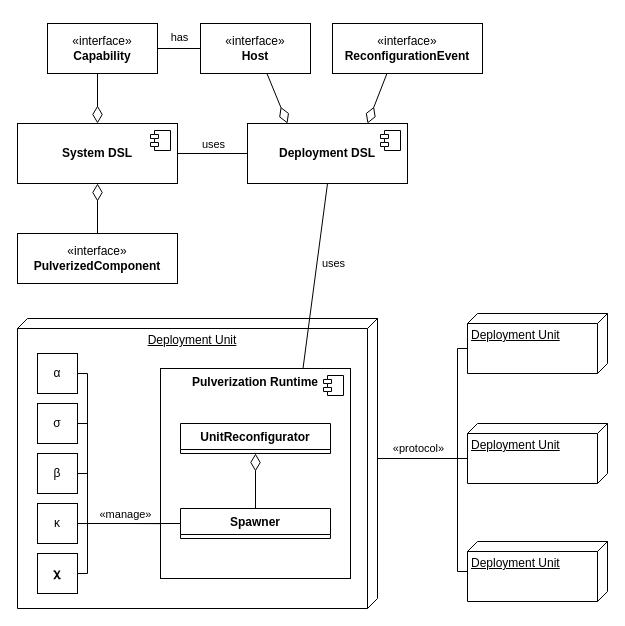
The draw.io diagram figures/pulverization-framework-overview.drawio in DanySK/paper-2023-pulverization-framework, before the edit. Source tidied: cells renumbered, new cells numbered last; positions are measured from the earlier drawing's top-left corner, leaving out a move shared by most shapes. Both pictures are drawn from the tidied source at 100%, with x=0, y=0 at pixel (17, 23).
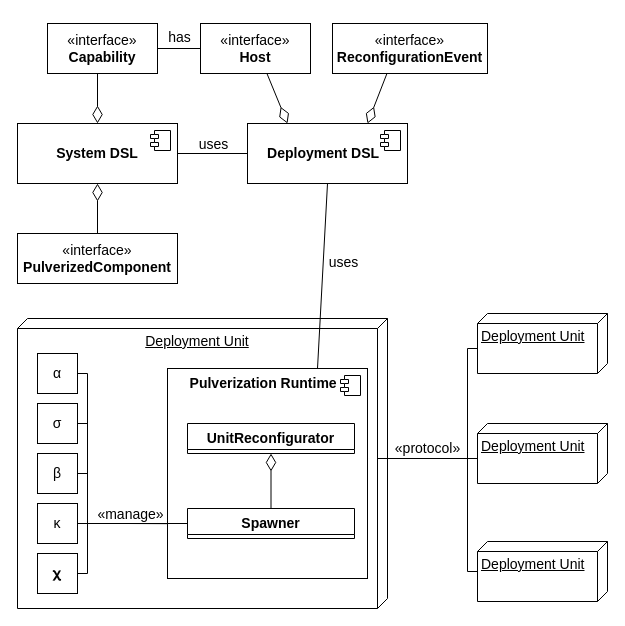
After the change.

Diff of the diagram source:
```diff
@@
-    <mxCell id="2" value="Deployment Unit" style="verticalAlign=top;align=center;spacingTop=8;spacingLeft=2;spacingRight=12;shape=cube;size=10;direction=south;fontStyle=4;html=1;whiteSpace=wrap;" parent="1" vertex="1">
-      <mxGeometry y="295" width="360" height="290" as="geometry" />
+    <mxCell id="2" value="Deployment Unit" style="verticalAlign=top;align=center;spacingTop=8;spacingLeft=2;spacingRight=12;shape=cube;size=10;direction=south;fontStyle=4;html=1;whiteSpace=wrap;fontSize=14;" parent="1" vertex="1">
+      <mxGeometry y="295" width="370" height="290" as="geometry" />
     </mxCell>
-    <mxCell id="3" style="edgeStyle=orthogonalEdgeStyle;rounded=0;jettySize=auto;html=1;exitX=1;exitY=0.5;exitDx=0;exitDy=0;entryX=0;entryY=0.5;entryDx=0;entryDy=0;endArrow=none;endFill=0;" parent="1" edge="1" source="4" target="42">
+    <mxCell id="3" style="edgeStyle=orthogonalEdgeStyle;rounded=0;jettySize=auto;html=1;exitX=1;exitY=0.5;exitDx=0;exitDy=0;entryX=0;entryY=0.5;entryDx=0;entryDy=0;endArrow=none;endFill=0;fontSize=14;" parent="1" edge="1" source="4" target="42">
       <mxGeometry relative="1" as="geometry">
         <Array as="points">
           <mxPoint x="70" y="350" />
           <mxPoint x="70" y="500" />
         </Array>
       </mxGeometry>
     </mxCell>
-    <mxCell id="4" value="α" style="html=1;whiteSpace=wrap;" parent="1" vertex="1">
+    <mxCell id="4" value="α" style="html=1;whiteSpace=wrap;fontSize=14;" parent="1" vertex="1">
       <mxGeometry x="20" y="330" width="40" height="40" as="geometry" />
     </mxCell>
-    <mxCell id="5" style="edgeStyle=orthogonalEdgeStyle;rounded=0;jettySize=auto;html=1;exitX=1;exitY=0.5;exitDx=0;exitDy=0;entryX=0;entryY=0.5;entryDx=0;entryDy=0;endArrow=none;endFill=0;" parent="1" edge="1" source="6" target="42">
+    <mxCell id="5" style="edgeStyle=orthogonalEdgeStyle;rounded=0;jettySize=auto;html=1;exitX=1;exitY=0.5;exitDx=0;exitDy=0;entryX=0;entryY=0.5;entryDx=0;entryDy=0;endArrow=none;endFill=0;fontSize=14;" parent="1" edge="1" source="6" target="42">
       <mxGeometry relative="1" as="geometry">
         <Array as="points">
           <mxPoint x="70" y="400" />
           <mxPoint x="70" y="500" />
         </Array>
       </mxGeometry>
     </mxCell>
-    <mxCell id="6" value="&lt;div&gt;σ&lt;/div&gt;" style="html=1;whiteSpace=wrap;" parent="1" vertex="1">
+    <mxCell id="6" value="&lt;div style=&quot;font-size: 14px;&quot;&gt;σ&lt;/div&gt;" style="html=1;whiteSpace=wrap;fontSize=14;" parent="1" vertex="1">
       <mxGeometry x="20" y="380" width="40" height="40" as="geometry" />
     </mxCell>
-    <mxCell id="7" style="edgeStyle=orthogonalEdgeStyle;rounded=0;jettySize=auto;html=1;exitX=1;exitY=0.5;exitDx=0;exitDy=0;entryX=0;entryY=0.5;entryDx=0;entryDy=0;endArrow=none;endFill=0;" parent="1" edge="1" source="8" target="42">
+    <mxCell id="7" style="edgeStyle=orthogonalEdgeStyle;rounded=0;jettySize=auto;html=1;exitX=1;exitY=0.5;exitDx=0;exitDy=0;entryX=0;entryY=0.5;entryDx=0;entryDy=0;endArrow=none;endFill=0;fontSize=14;" parent="1" edge="1" source="8" target="42">
       <mxGeometry relative="1" as="geometry">
         <Array as="points">
           <mxPoint x="70" y="450" />
           <mxPoint x="70" y="500" />
         </Array>
       </mxGeometry>
     </mxCell>
-    <mxCell id="8" value="&lt;div&gt;β&lt;/div&gt;" style="html=1;whiteSpace=wrap;" parent="1" vertex="1">
+    <mxCell id="8" value="&lt;div style=&quot;font-size: 14px;&quot;&gt;β&lt;/div&gt;" style="html=1;whiteSpace=wrap;fontSize=14;" parent="1" vertex="1">
       <mxGeometry x="20" y="430" width="40" height="40" as="geometry" />
     </mxCell>
-    <mxCell id="9" style="edgeStyle=orthogonalEdgeStyle;rounded=0;jettySize=auto;html=1;exitX=1;exitY=0.5;exitDx=0;exitDy=0;endArrow=none;endFill=0;" parent="1" edge="1" source="10">
+    <mxCell id="9" style="edgeStyle=orthogonalEdgeStyle;rounded=0;jettySize=auto;html=1;exitX=1;exitY=0.5;exitDx=0;exitDy=0;endArrow=none;endFill=0;fontSize=14;" parent="1" edge="1" source="10">
       <mxGeometry relative="1" as="geometry">
         <mxPoint x="160" y="500.2" as="targetPoint" />
       </mxGeometry>
     </mxCell>
-    <mxCell id="10" value="&lt;div&gt;κ&lt;/div&gt;" style="html=1;whiteSpace=wrap;" parent="1" vertex="1">
+    <mxCell id="10" value="&lt;div style=&quot;font-size: 14px;&quot;&gt;κ&lt;/div&gt;" style="html=1;whiteSpace=wrap;fontSize=14;" parent="1" vertex="1">
       <mxGeometry x="20" y="480" width="40" height="40" as="geometry" />
     </mxCell>
-    <mxCell id="11" value="&lt;b&gt;Pulverization Runtime&lt;/b&gt;" style="html=1;whiteSpace=wrap;verticalAlign=top;" parent="1" vertex="1">
-      <mxGeometry x="143" y="345" width="190" height="210" as="geometry" />
+    <mxCell id="11" value="&lt;b style=&quot;font-size: 14px;&quot;&gt;Pulverization Runtime&amp;nbsp;&amp;nbsp;&lt;/b&gt;" style="html=1;whiteSpace=wrap;verticalAlign=top;fontSize=14;" parent="1" vertex="1">
+      <mxGeometry x="150" y="345" width="200" height="210" as="geometry" />
     </mxCell>
-    <mxCell id="12" style="shape=module;jettyWidth=8;jettyHeight=4;" parent="11" vertex="1">
+    <mxCell id="12" style="shape=module;jettyWidth=8;jettyHeight=4;fontSize=14;" parent="11" vertex="1">
       <mxGeometry x="1" width="20" height="20" relative="1" as="geometry">
         <mxPoint x="-27" y="7" as="offset" />
       </mxGeometry>
     </mxCell>
-    <mxCell id="13" style="edgeStyle=orthogonalEdgeStyle;rounded=0;jettySize=auto;html=1;entryX=0;entryY=0.5;entryDx=0;entryDy=0;endArrow=none;endFill=0;" parent="1" edge="1" source="15" target="42">
+    <mxCell id="13" style="edgeStyle=orthogonalEdgeStyle;rounded=0;jettySize=auto;html=1;entryX=0;entryY=0.5;entryDx=0;entryDy=0;endArrow=none;endFill=0;fontSize=14;" parent="1" edge="1" source="15" target="42">
       <mxGeometry relative="1" as="geometry">
         <Array as="points">
           <mxPoint x="70" y="550" />
           <mxPoint x="70" y="500" />
         </Array>
       </mxGeometry>
     </mxCell>
-    <mxCell id="14" value="«manage»" style="edgeLabel;html=1;align=center;verticalAlign=middle;" parent="13" vertex="1">
+    <mxCell id="14" value="«manage»" style="edgeLabel;html=1;align=center;verticalAlign=middle;fontSize=14;" parent="13" vertex="1">
       <mxGeometry x="0.27" relative="1" as="geometry">
         <mxPoint y="-10" as="offset" />
       </mxGeometry>
     </mxCell>
-    <mxCell id="15" value="&lt;div&gt;𝛘&lt;/div&gt;" style="html=1;whiteSpace=wrap;" parent="1" vertex="1">
+    <mxCell id="15" value="&lt;div style=&quot;font-size: 14px;&quot;&gt;𝛘&lt;/div&gt;" style="html=1;whiteSpace=wrap;fontSize=14;" parent="1" vertex="1">
       <mxGeometry x="20" y="530" width="40" height="40" as="geometry" />
     </mxCell>
-    <mxCell id="16" style="rounded=0;jettySize=auto;html=1;exitX=0.75;exitY=0;exitDx=0;exitDy=0;entryX=0.5;entryY=1;entryDx=0;entryDy=0;endArrow=none;endFill=0;" parent="1" edge="1" source="11" target="22">
+    <mxCell id="16" style="rounded=0;jettySize=auto;html=1;exitX=0.75;exitY=0;exitDx=0;exitDy=0;entryX=0.5;entryY=1;entryDx=0;entryDy=0;endArrow=none;endFill=0;fontSize=14;" parent="1" edge="1" source="11" target="22">
       <mxGeometry relative="1" as="geometry" />
     </mxCell>
-    <mxCell id="17" value="uses" style="edgeLabel;html=1;align=center;verticalAlign=middle;" parent="16" vertex="1">
+    <mxCell id="17" value="uses" style="edgeLabel;html=1;align=center;verticalAlign=middle;fontSize=14;" parent="16" vertex="1">
       <mxGeometry x="-0.36" y="-12" relative="1" as="geometry">
         <mxPoint x="10" y="-48" as="offset" />
       </mxGeometry>
     </mxCell>
-    <mxCell id="18" value="&lt;b&gt;System DSL&lt;/b&gt;" style="html=1;whiteSpace=wrap;" parent="1" vertex="1">
+    <mxCell id="18" value="&lt;b style=&quot;font-size: 14px;&quot;&gt;System DSL&lt;/b&gt;" style="html=1;whiteSpace=wrap;fontSize=14;" parent="1" vertex="1">
       <mxGeometry y="100" width="160" height="60" as="geometry" />
     </mxCell>
-    <mxCell id="19" style="shape=module;jettyWidth=8;jettyHeight=4;" parent="18" vertex="1">
+    <mxCell id="19" style="shape=module;jettyWidth=8;jettyHeight=4;fontSize=14;" parent="18" vertex="1">
       <mxGeometry x="1" width="20" height="20" relative="1" as="geometry">
         <mxPoint x="-27" y="7" as="offset" />
       </mxGeometry>
     </mxCell>
-    <mxCell id="20" style="edgeStyle=orthogonalEdgeStyle;rounded=0;jettySize=auto;html=1;entryX=1;entryY=0.5;entryDx=0;entryDy=0;endArrow=none;endFill=0;" parent="1" edge="1" source="22" target="18">
+    <mxCell id="20" style="edgeStyle=orthogonalEdgeStyle;rounded=0;jettySize=auto;html=1;entryX=1;entryY=0.5;entryDx=0;entryDy=0;endArrow=none;endFill=0;fontSize=14;" parent="1" edge="1" source="22" target="18">
       <mxGeometry relative="1" as="geometry" />
     </mxCell>
-    <mxCell id="21" value="uses" style="edgeLabel;html=1;align=center;verticalAlign=middle;" parent="20" vertex="1">
+    <mxCell id="21" value="uses" style="edgeLabel;html=1;align=center;verticalAlign=middle;fontSize=14;" parent="20" vertex="1">
       <mxGeometry x="-0.11" y="1" relative="1" as="geometry">
         <mxPoint x="-4" y="-11" as="offset" />
       </mxGeometry>
     </mxCell>
-    <mxCell id="22" value="&lt;b&gt;Deployment DSL&lt;/b&gt;" style="html=1;whiteSpace=wrap;" parent="1" vertex="1">
+    <mxCell id="22" value="&lt;b style=&quot;font-size: 14px;&quot;&gt;Deployment DSL&amp;nbsp;&amp;nbsp;&lt;/b&gt;" style="html=1;whiteSpace=wrap;fontSize=14;" parent="1" vertex="1">
       <mxGeometry x="230" y="100" width="160" height="60" as="geometry" />
     </mxCell>
-    <mxCell id="23" style="shape=module;jettyWidth=8;jettyHeight=4;" parent="22" vertex="1">
+    <mxCell id="23" style="shape=module;jettyWidth=8;jettyHeight=4;fontSize=14;" parent="22" vertex="1">
       <mxGeometry x="1" width="20" height="20" relative="1" as="geometry">
         <mxPoint x="-27" y="7" as="offset" />
       </mxGeometry>
     </mxCell>
-    <mxCell id="24" style="edgeStyle=orthogonalEdgeStyle;rounded=0;jettySize=auto;html=1;exitX=0;exitY=0;exitDx=35;exitDy=140;exitPerimeter=0;entryX=0;entryY=0;entryDx=160;entryDy=0;entryPerimeter=0;endArrow=none;endFill=0;" parent="1" edge="1" source="25" target="2">
+    <mxCell id="24" style="edgeStyle=orthogonalEdgeStyle;rounded=0;jettySize=auto;html=1;exitX=0;exitY=0;exitDx=35;exitDy=130;exitPerimeter=0;endArrow=none;endFill=0;fontSize=14;" parent="1" edge="1" source="25">
       <mxGeometry relative="1" as="geometry">
+        <mxPoint x="360" y="435" as="targetPoint" />
         <Array as="points">
-          <mxPoint x="440" y="325" />
-          <mxPoint x="440" y="435" />
+          <mxPoint x="450" y="325" />
+          <mxPoint x="450" y="435" />
+          <mxPoint x="360" y="435" />
         </Array>
       </mxGeometry>
     </mxCell>
-    <mxCell id="25" value="Deployment Unit" style="verticalAlign=top;align=left;spacingTop=8;spacingLeft=2;spacingRight=12;shape=cube;size=10;direction=south;fontStyle=4;html=1;whiteSpace=wrap;" parent="1" vertex="1">
-      <mxGeometry x="450" y="290" width="140" height="60" as="geometry" />
+    <mxCell id="25" value="Deployment Unit" style="verticalAlign=top;align=left;spacingTop=8;spacingLeft=2;spacingRight=12;shape=cube;size=10;direction=south;fontStyle=4;html=1;whiteSpace=wrap;fontSize=14;" parent="1" vertex="1">
+      <mxGeometry x="460" y="290" width="130" height="60" as="geometry" />
     </mxCell>
-    <mxCell id="26" style="edgeStyle=orthogonalEdgeStyle;rounded=0;jettySize=auto;html=1;exitX=0;exitY=0;exitDx=35;exitDy=140;exitPerimeter=0;entryX=0;entryY=0;entryDx=160;entryDy=0;entryPerimeter=0;endArrow=none;endFill=0;" parent="1" edge="1" source="27" target="2">
+    <mxCell id="26" style="edgeStyle=orthogonalEdgeStyle;rounded=0;jettySize=auto;html=1;exitX=0;exitY=0;exitDx=35;exitDy=130;exitPerimeter=0;endArrow=none;endFill=0;fontSize=14;" parent="1" edge="1" source="27">
       <mxGeometry relative="1" as="geometry">
+        <mxPoint x="360" y="430" as="targetPoint" />
         <Array as="points">
           <mxPoint x="360" y="435" />
         </Array>
       </mxGeometry>
     </mxCell>
-    <mxCell id="27" value="Deployment Unit" style="verticalAlign=top;align=left;spacingTop=8;spacingLeft=2;spacingRight=12;shape=cube;size=10;direction=south;fontStyle=4;html=1;whiteSpace=wrap;" parent="1" vertex="1">
-      <mxGeometry x="450" y="400" width="140" height="60" as="geometry" />
+    <mxCell id="27" value="Deployment Unit" style="verticalAlign=top;align=left;spacingTop=8;spacingLeft=2;spacingRight=12;shape=cube;size=10;direction=south;fontStyle=4;html=1;whiteSpace=wrap;fontSize=14;" parent="1" vertex="1">
+      <mxGeometry x="460" y="400" width="130" height="60" as="geometry" />
     </mxCell>
-    <mxCell id="28" style="edgeStyle=orthogonalEdgeStyle;rounded=0;jettySize=auto;html=1;entryX=0;entryY=0;entryDx=160;entryDy=0;entryPerimeter=0;endArrow=none;endFill=0;" parent="1" edge="1" source="30" target="2">
+    <mxCell id="28" style="edgeStyle=orthogonalEdgeStyle;rounded=0;jettySize=auto;html=1;endArrow=none;endFill=0;fontSize=14;" parent="1" edge="1" source="30">
       <mxGeometry relative="1" as="geometry">
+        <mxPoint x="360" y="435" as="targetPoint" />
         <Array as="points">
-          <mxPoint x="440" y="548" />
-          <mxPoint x="440" y="435" />
+          <mxPoint x="450" y="548" />
+          <mxPoint x="450" y="435" />
+          <mxPoint x="360" y="435" />
         </Array>
       </mxGeometry>
     </mxCell>
-    <mxCell id="29" value="«protocol»" style="edgeLabel;html=1;align=center;verticalAlign=middle;" parent="28" vertex="1">
+    <mxCell id="29" value="«protocol»" style="edgeLabel;html=1;align=center;verticalAlign=middle;fontSize=14;" parent="28" vertex="1">
       <mxGeometry x="0.5" y="-1" relative="1" as="geometry">
-        <mxPoint x="4" y="-10" as="offset" />
+        <mxPoint x="-4" y="-10" as="offset" />
       </mxGeometry>
     </mxCell>
-    <mxCell id="30" value="Deployment Unit" style="verticalAlign=top;align=left;spacingTop=8;spacingLeft=2;spacingRight=12;shape=cube;size=10;direction=south;fontStyle=4;html=1;whiteSpace=wrap;" parent="1" vertex="1">
-      <mxGeometry x="450" y="518" width="140" height="60" as="geometry" />
+    <mxCell id="30" value="Deployment Unit" style="verticalAlign=top;align=left;spacingTop=8;spacingLeft=2;spacingRight=12;shape=cube;size=10;direction=south;fontStyle=4;html=1;whiteSpace=wrap;fontSize=14;" parent="1" vertex="1">
+      <mxGeometry x="460" y="518" width="130" height="60" as="geometry" />
     </mxCell>
-    <mxCell id="31" style="endArrow=diamondThin;endFill=0;endSize=15;html=1;rounded=0;exitX=0.5;exitY=1;exitDx=0;exitDy=0;" parent="1" edge="1" target="18">
+    <mxCell id="31" style="endArrow=diamondThin;endFill=0;endSize=15;html=1;rounded=0;exitX=0.5;exitY=1;exitDx=0;exitDy=0;fontSize=14;" parent="1" edge="1" target="18">
       <mxGeometry relative="1" as="geometry">
         <mxPoint x="80" y="10" as="sourcePoint" />
       </mxGeometry>
     </mxCell>
-    <mxCell id="32" style="endArrow=diamondThin;endFill=0;endSize=15;html=1;rounded=0;exitX=0.5;exitY=1;exitDx=0;exitDy=0;entryX=0.25;entryY=0;entryDx=0;entryDy=0;" parent="1" edge="1" target="22">
+    <mxCell id="32" style="endArrow=diamondThin;endFill=0;endSize=15;html=1;rounded=0;exitX=0.5;exitY=1;exitDx=0;exitDy=0;entryX=0.25;entryY=0;entryDx=0;entryDy=0;fontSize=14;" parent="1" edge="1" target="22">
       <mxGeometry relative="1" as="geometry">
         <mxPoint x="233" y="10" as="sourcePoint" />
       </mxGeometry>
     </mxCell>
-    <mxCell id="33" style="endArrow=diamondThin;endFill=0;endSize=15;html=1;rounded=0;exitX=0.5;exitY=1;exitDx=0;exitDy=0;entryX=0.75;entryY=0;entryDx=0;entryDy=0;" parent="1" edge="1" target="22">
+    <mxCell id="33" style="endArrow=diamondThin;endFill=0;endSize=15;html=1;rounded=0;exitX=0.5;exitY=1;exitDx=0;exitDy=0;entryX=0.75;entryY=0;entryDx=0;entryDy=0;fontSize=14;" parent="1" edge="1" target="22">
       <mxGeometry relative="1" as="geometry">
         <mxPoint x="385" y="10" as="sourcePoint" />
       </mxGeometry>
     </mxCell>
-    <mxCell id="34" value="«interface»&lt;br&gt;&lt;b&gt;PulverizedComponent&lt;br&gt;&lt;/b&gt;" style="html=1;whiteSpace=wrap;" parent="1" vertex="1">
+    <mxCell id="34" value="«interface»&lt;br style=&quot;font-size: 14px;&quot;&gt;&lt;b style=&quot;font-size: 14px;&quot;&gt;PulverizedComponent&lt;br style=&quot;font-size: 14px;&quot;&gt;&lt;/b&gt;" style="html=1;whiteSpace=wrap;fontSize=14;" parent="1" vertex="1">
       <mxGeometry y="210" width="160" height="50" as="geometry" />
     </mxCell>
-    <mxCell id="35" style="endArrow=diamondThin;endFill=0;endSize=15;html=1;rounded=0;entryX=0.5;entryY=1;entryDx=0;entryDy=0;exitX=0.5;exitY=0;exitDx=0;exitDy=0;" parent="1" edge="1" source="34" target="18">
+    <mxCell id="35" style="endArrow=diamondThin;endFill=0;endSize=15;html=1;rounded=0;entryX=0.5;entryY=1;entryDx=0;entryDy=0;exitX=0.5;exitY=0;exitDx=0;exitDy=0;fontSize=14;" parent="1" edge="1" source="34" target="18">
       <mxGeometry relative="1" as="geometry" />
     </mxCell>
-    <mxCell id="36" value="«interface»&lt;br&gt;&lt;b&gt;Capability&lt;br&gt;&lt;/b&gt;" style="html=1;whiteSpace=wrap;" parent="1" vertex="1">
+    <mxCell id="36" value="«interface»&lt;br style=&quot;font-size: 14px;&quot;&gt;&lt;b style=&quot;font-size: 14px;&quot;&gt;Capability&lt;br style=&quot;font-size: 14px;&quot;&gt;&lt;/b&gt;" style="html=1;whiteSpace=wrap;fontSize=14;" parent="1" vertex="1">
       <mxGeometry x="30" width="110" height="50" as="geometry" />
     </mxCell>
-    <mxCell id="37" style="edgeStyle=orthogonalEdgeStyle;rounded=0;jettySize=auto;html=1;entryX=1;entryY=0.5;entryDx=0;entryDy=0;endArrow=none;endFill=0;" parent="1" edge="1" source="39" target="36">
+    <mxCell id="37" style="edgeStyle=orthogonalEdgeStyle;rounded=0;jettySize=auto;html=1;entryX=1;entryY=0.5;entryDx=0;entryDy=0;endArrow=none;endFill=0;fontSize=14;" parent="1" edge="1" source="39" target="36">
       <mxGeometry relative="1" as="geometry" />
     </mxCell>
-    <mxCell id="38" value="has" style="edgeLabel;html=1;align=center;verticalAlign=middle;" parent="37" vertex="1">
+    <mxCell id="38" value="has" style="edgeLabel;html=1;align=center;verticalAlign=middle;fontSize=14;" parent="37" vertex="1">
       <mxGeometry x="-0.2" y="-1" relative="1" as="geometry">
         <mxPoint x="-5" y="-11" as="offset" />
       </mxGeometry>
     </mxCell>
-    <mxCell id="39" value="«interface»&lt;br&gt;&lt;b&gt;Host&lt;br&gt;&lt;/b&gt;" style="html=1;whiteSpace=wrap;" parent="1" vertex="1">
+    <mxCell id="39" value="«interface»&lt;br style=&quot;font-size: 14px;&quot;&gt;&lt;b style=&quot;font-size: 14px;&quot;&gt;Host&lt;br style=&quot;font-size: 14px;&quot;&gt;&lt;/b&gt;" style="html=1;whiteSpace=wrap;fontSize=14;" parent="1" vertex="1">
       <mxGeometry x="183" width="110" height="50" as="geometry" />
     </mxCell>
-    <mxCell id="40" value="«interface»&lt;br&gt;&lt;b&gt;ReconfigurationEvent&lt;br&gt;&lt;/b&gt;" style="html=1;whiteSpace=wrap;" parent="1" vertex="1">
-      <mxGeometry x="315" width="150" height="50" as="geometry" />
+    <mxCell id="40" value="«interface»&lt;br style=&quot;font-size: 14px;&quot;&gt;&lt;b style=&quot;font-size: 14px;&quot;&gt;ReconfigurationEvent&lt;br style=&quot;font-size: 14px;&quot;&gt;&lt;/b&gt;" style="html=1;whiteSpace=wrap;fontSize=14;" parent="1" vertex="1">
+      <mxGeometry x="315" width="155" height="50" as="geometry" />
     </mxCell>
-    <mxCell id="41" value="UnitReconfigurator" style="swimlane;fontStyle=1;align=center;verticalAlign=top;horizontal=1;startSize=26;whiteSpace=wrap;html=1;" parent="1" vertex="1" collapsed="1">
-      <mxGeometry x="163" y="400" width="150" height="30" as="geometry" />
+    <mxCell id="41" value="UnitReconfigurator" style="swimlane;fontStyle=1;align=center;verticalAlign=top;horizontal=1;startSize=26;whiteSpace=wrap;html=1;fontSize=14;" parent="1" vertex="1" collapsed="1">
+      <mxGeometry x="170" y="400" width="167" height="30" as="geometry" />
     </mxCell>
-    <mxCell id="42" value="Spawner" style="swimlane;fontStyle=1;align=center;verticalAlign=top;horizontal=1;startSize=26;whiteSpace=wrap;html=1;" parent="1" vertex="1" collapsed="1">
-      <mxGeometry x="163" y="485" width="150" height="30" as="geometry" />
+    <mxCell id="42" value="Spawner" style="swimlane;fontStyle=1;align=center;verticalAlign=top;horizontal=1;startSize=26;whiteSpace=wrap;html=1;fontSize=14;" parent="1" vertex="1" collapsed="1">
+      <mxGeometry x="170" y="485" width="167" height="30" as="geometry" />
     </mxCell>
-    <mxCell id="43" style="endArrow=diamondThin;endFill=0;endSize=15;html=1;rounded=0;entryX=0.5;entryY=1;entryDx=0;entryDy=0;exitX=0.5;exitY=0;exitDx=0;exitDy=0;fontSize=11;jumpSize=6;" parent="1" edge="1" source="42" target="41">
+    <mxCell id="43" style="endArrow=diamondThin;endFill=0;endSize=15;html=1;rounded=0;entryX=0.5;entryY=1;entryDx=0;entryDy=0;exitX=0.5;exitY=0;exitDx=0;exitDy=0;fontSize=14;jumpSize=6;" parent="1" edge="1" source="42" target="41">
       <mxGeometry relative="1" as="geometry" />
     </mxCell>
```
